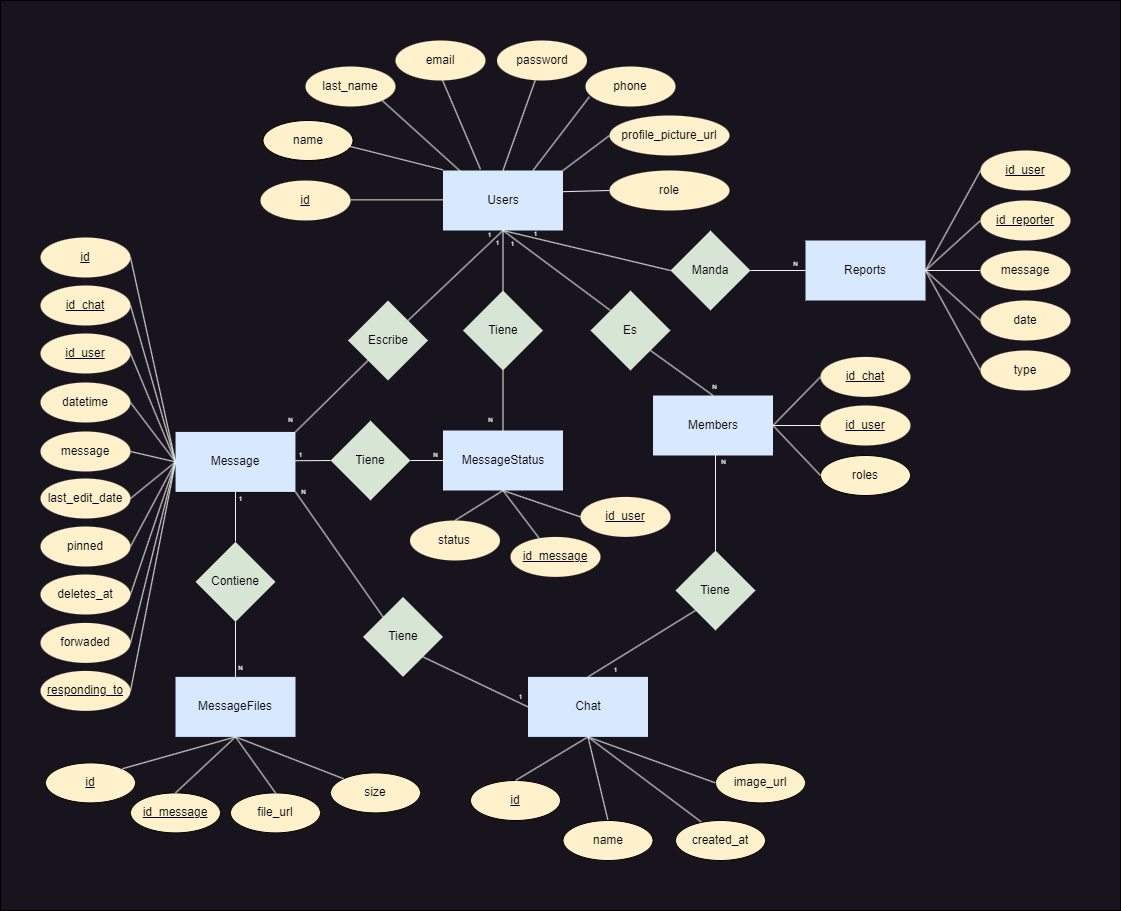
The draw.io diagram assets/ER-Model.png in benjahuenchunir/React_Madrid_backend, before a commit. Source tidied: cells renumbered, new cells last; positions are measured from the earlier drawing's top-left corner, leaving out a move shared by most shapes.
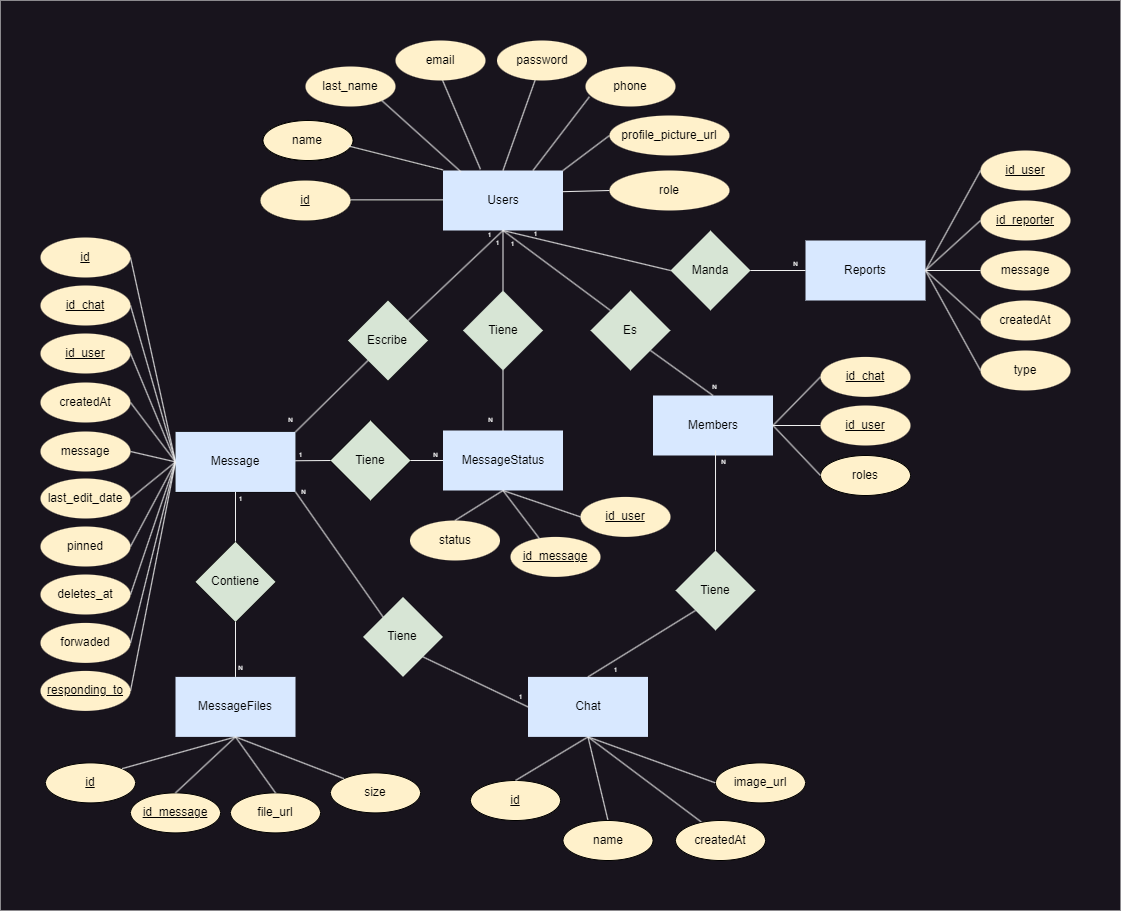
Later version of the same file.

The edit, as a diff of the source:
```diff
@@ -2,7 +2,7 @@
   <root>
     <mxCell id="0" />
     <mxCell id="1" parent="0" />
-    <mxCell id="2" style="rounded=0;whiteSpace=wrap;html=1;fillColor=#18141D;" parent="1" vertex="1">
+    <mxCell id="2" style="rounded=0;whiteSpace=wrap;html=1;fillColor=#18141D;strokeColor=none;" parent="1" vertex="1">
       <mxGeometry width="1120" height="910" as="geometry" />
     </mxCell>
     <mxCell id="3" style="endArrow=none;html=1;rounded=0;exitX=0.5;exitY=1;exitDx=0;exitDy=0;entryX=0.292;entryY=0.046;entryDx=0;entryDy=0;fontColor=#000000;entryPerimeter=0;strokeColor=#F0F0F0;" parent="1" edge="1" source="13" target="23">
@@ -65,7 +65,7 @@
     <mxCell id="22" value="image_url" style="ellipse;whiteSpace=wrap;html=1;fontColor=#000000;fillColor=#FFF1CB;" parent="1" vertex="1">
       <mxGeometry x="715" y="762.4" width="90" height="40" as="geometry" />
     </mxCell>
-    <mxCell id="23" value="created_at" style="ellipse;whiteSpace=wrap;html=1;fontColor=#000000;fillColor=#FFF1CB;" parent="1" vertex="1">
+    <mxCell id="23" value="createdAt" style="ellipse;whiteSpace=wrap;html=1;fontColor=#000000;fillColor=#FFF1CB;" parent="1" vertex="1">
       <mxGeometry x="675" y="820" width="90" height="40" as="geometry" />
     </mxCell>
     <mxCell id="24" value="&lt;u&gt;id&lt;/u&gt;" style="ellipse;whiteSpace=wrap;html=1;fontColor=#000000;fillColor=#FFF1CB;" parent="1" vertex="1">
@@ -209,7 +209,7 @@
     <mxCell id="70" value="&lt;u&gt;id_reporter&lt;/u&gt;" style="ellipse;whiteSpace=wrap;html=1;fontColor=#000000;fillColor=#FFF1CB;strokeColor=none;" parent="1" vertex="1">
       <mxGeometry x="980" y="200" width="90" height="40" as="geometry" />
     </mxCell>
-    <mxCell id="71" value="date" style="ellipse;whiteSpace=wrap;html=1;fontColor=#000000;fillColor=#FFF1CB;strokeColor=none;" parent="1" vertex="1">
+    <mxCell id="71" value="createdAt" style="ellipse;whiteSpace=wrap;html=1;fontColor=#000000;fillColor=#FFF1CB;strokeColor=none;" parent="1" vertex="1">
       <mxGeometry x="980" y="300" width="90" height="40" as="geometry" />
     </mxCell>
     <mxCell id="72" value="type" style="ellipse;whiteSpace=wrap;html=1;fontColor=#000000;fillColor=#FFF1CB;strokeColor=none;" parent="1" vertex="1">
@@ -335,7 +335,7 @@
     <mxCell id="112" value="&lt;u&gt;id_user&lt;/u&gt;" style="ellipse;whiteSpace=wrap;html=1;fontColor=#000000;fillColor=#FFF1CB;strokeColor=none;" parent="1" vertex="1">
       <mxGeometry x="40" y="333" width="90" height="40" as="geometry" />
     </mxCell>
-    <mxCell id="113" value="datetime" style="ellipse;whiteSpace=wrap;html=1;fontColor=#000000;fillColor=#FFF1CB;strokeColor=none;" parent="1" vertex="1">
+    <mxCell id="113" value="createdAt" style="ellipse;whiteSpace=wrap;html=1;fontColor=#000000;fillColor=#FFF1CB;strokeColor=none;" parent="1" vertex="1">
       <mxGeometry x="40" y="382" width="90" height="40" as="geometry" />
     </mxCell>
     <mxCell id="114" value="message" style="ellipse;whiteSpace=wrap;html=1;fontColor=#000000;fillColor=#FFF1CB;strokeColor=none;" parent="1" vertex="1">
```
